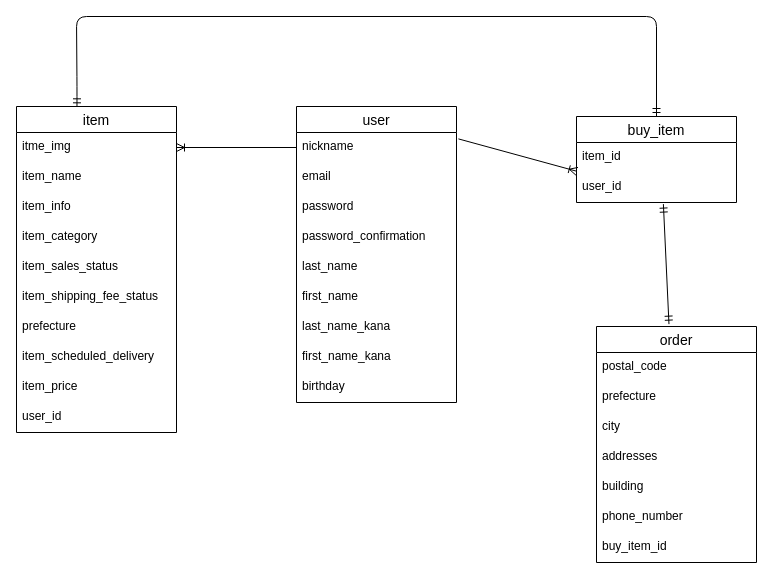
Earlier version of the draw.io diagram er.dio (D0lph1n25/furima-39574). Source tidied: cells renumbered, new cells numbered last; positions are measured from the earlier drawing's top-left corner, leaving out a move shared by most shapes. Both pictures are drawn from the tidied source at 100%, with x=0, y=0 at pixel (16, 16).
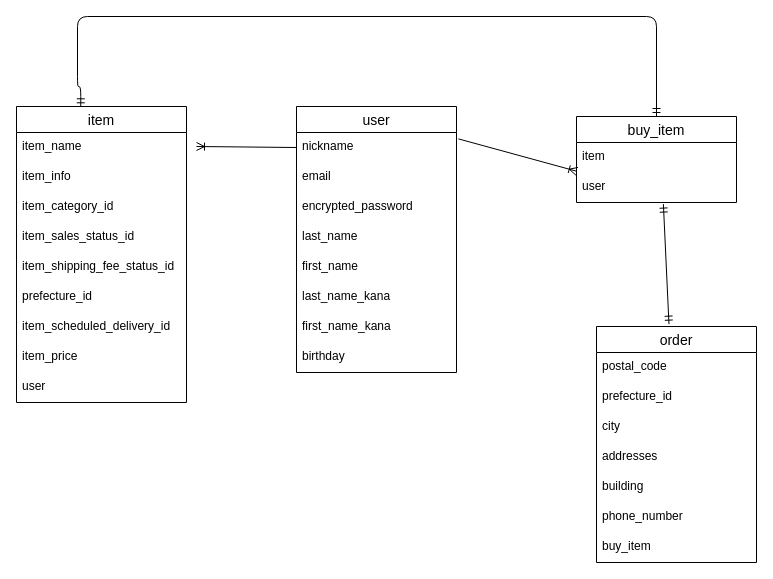
Above is the later version.

Unchanged cells that the change refers to:
```xml
<mxCell id="14" value="nickname" style="text;strokeColor=none;fillColor=none;spacingLeft=4;spacingRight=4;overflow=hidden;points=[[0,0.5],[1,0.5]];portConstraint=eastwest;fontSize=12;" parent="13" vertex="1">
  <mxGeometry y="26" width="160" height="30" as="geometry" />
</mxCell>
<mxCell id="23" value="order" style="swimlane;fontStyle=0;horizontal=1;startSize=26;align=center;fontSize=14;" parent="1" vertex="1">
  <mxGeometry x="580" y="310" width="160" height="236" as="geometry" />
</mxCell>
<mxCell id="32" value="buy_item" style="swimlane;fontStyle=0;horizontal=1;startSize=26;align=center;fontSize=14;" parent="1" vertex="1">
  <mxGeometry x="560" y="100" width="160" height="86" as="geometry" />
</mxCell>
```

Diff of the diagram source:
```diff
@@
     <mxCell id="2" value="item" style="swimlane;fontStyle=0;horizontal=1;startSize=26;align=center;fontSize=14;" parent="1" vertex="1">
-      <mxGeometry y="90" width="160" height="326" as="geometry" />
+      <mxGeometry y="90" width="170" height="296" as="geometry" />
     </mxCell>
-    <mxCell id="3" value="itme_img" style="text;strokeColor=none;fillColor=none;spacingLeft=4;spacingRight=4;overflow=hidden;points=[[0,0.5],[1,0.5]];portConstraint=eastwest;fontSize=12;" parent="2" vertex="1">
-      <mxGeometry y="26" width="160" height="30" as="geometry" />
-    </mxCell>
     <mxCell id="4" value="item_name" style="text;strokeColor=none;fillColor=none;spacingLeft=4;spacingRight=4;overflow=hidden;fontSize=12;" parent="2" vertex="1">
-      <mxGeometry y="56" width="160" height="30" as="geometry" />
+      <mxGeometry y="26" width="170" height="30" as="geometry" />
     </mxCell>
     <mxCell id="5" value="item_info" style="text;strokeColor=none;fillColor=none;spacingLeft=4;spacingRight=4;overflow=hidden;fontSize=12;" parent="2" vertex="1">
-      <mxGeometry y="86" width="160" height="30" as="geometry" />
+      <mxGeometry y="56" width="170" height="30" as="geometry" />
     </mxCell>
-    <mxCell id="6" value="item_category" style="text;strokeColor=none;fillColor=none;spacingLeft=4;spacingRight=4;overflow=hidden;fontSize=12;" parent="2" vertex="1">
-      <mxGeometry y="116" width="160" height="30" as="geometry" />
+    <mxCell id="6" value="item_category_id" style="text;strokeColor=none;fillColor=none;spacingLeft=4;spacingRight=4;overflow=hidden;fontSize=12;" parent="2" vertex="1">
+      <mxGeometry y="86" width="170" height="30" as="geometry" />
     </mxCell>
-    <mxCell id="7" value="item_sales_status" style="text;strokeColor=none;fillColor=none;spacingLeft=4;spacingRight=4;overflow=hidden;fontSize=12;" parent="2" vertex="1">
-      <mxGeometry y="146" width="160" height="30" as="geometry" />
+    <mxCell id="7" value="item_sales_status_id" style="text;strokeColor=none;fillColor=none;spacingLeft=4;spacingRight=4;overflow=hidden;fontSize=12;" parent="2" vertex="1">
+      <mxGeometry y="116" width="170" height="30" as="geometry" />
     </mxCell>
-    <mxCell id="8" value="item_shipping_fee_status" style="text;strokeColor=none;fillColor=none;spacingLeft=4;spacingRight=4;overflow=hidden;fontSize=12;" parent="2" vertex="1">
-      <mxGeometry y="176" width="160" height="30" as="geometry" />
+    <mxCell id="8" value="item_shipping_fee_status_id" style="text;strokeColor=none;fillColor=none;spacingLeft=4;spacingRight=4;overflow=hidden;fontSize=12;" parent="2" vertex="1">
+      <mxGeometry y="146" width="170" height="30" as="geometry" />
     </mxCell>
-    <mxCell id="9" value="prefecture" style="text;strokeColor=none;fillColor=none;spacingLeft=4;spacingRight=4;overflow=hidden;fontSize=12;" parent="2" vertex="1">
-      <mxGeometry y="206" width="160" height="30" as="geometry" />
+    <mxCell id="9" value="prefecture_id" style="text;strokeColor=none;fillColor=none;spacingLeft=4;spacingRight=4;overflow=hidden;fontSize=12;" parent="2" vertex="1">
+      <mxGeometry y="176" width="170" height="30" as="geometry" />
     </mxCell>
-    <mxCell id="10" value="item_scheduled_delivery" style="text;strokeColor=none;fillColor=none;spacingLeft=4;spacingRight=4;overflow=hidden;fontSize=12;" parent="2" vertex="1">
-      <mxGeometry y="236" width="160" height="30" as="geometry" />
+    <mxCell id="10" value="item_scheduled_delivery_id" style="text;strokeColor=none;fillColor=none;spacingLeft=4;spacingRight=4;overflow=hidden;fontSize=12;" parent="2" vertex="1">
+      <mxGeometry y="206" width="170" height="30" as="geometry" />
     </mxCell>
     <mxCell id="11" value="item_price" style="text;strokeColor=none;fillColor=none;spacingLeft=4;spacingRight=4;overflow=hidden;fontSize=12;" parent="2" vertex="1">
-      <mxGeometry y="266" width="160" height="30" as="geometry" />
+      <mxGeometry y="236" width="170" height="30" as="geometry" />
     </mxCell>
-    <mxCell id="12" value="user_id" style="text;strokeColor=none;fillColor=none;spacingLeft=4;spacingRight=4;overflow=hidden;fontSize=12;" parent="2" vertex="1">
-      <mxGeometry y="296" width="160" height="30" as="geometry" />
+    <mxCell id="12" value="user" style="text;strokeColor=none;fillColor=none;spacingLeft=4;spacingRight=4;overflow=hidden;fontSize=12;" parent="2" vertex="1">
+      <mxGeometry y="266" width="170" height="30" as="geometry" />
     </mxCell>
     <mxCell id="13" value="user" style="swimlane;fontStyle=0;horizontal=1;startSize=26;align=center;fontSize=14;" parent="1" vertex="1">
-      <mxGeometry x="280" y="90" width="160" height="296" as="geometry" />
+      <mxGeometry x="280" y="90" width="160" height="266" as="geometry" />
     </mxCell>
@@
-    <mxCell id="16" value="password" style="text;strokeColor=none;fillColor=none;spacingLeft=4;spacingRight=4;overflow=hidden;fontSize=12;" parent="13" vertex="1">
-      <mxGeometry y="86" width="160" height="30" as="geometry" />
-    </mxCell>
-    <mxCell id="17" value="password_confirmation" style="text;strokeColor=none;fillColor=none;spacingLeft=4;spacingRight=4;overflow=hidden;fontSize=12;" parent="13" vertex="1">
-      <mxGeometry y="116" width="160" height="30" as="geometry" />
+    <mxCell id="17" value="encrypted_password" style="text;strokeColor=none;fillColor=none;spacingLeft=4;spacingRight=4;overflow=hidden;fontSize=12;" parent="13" vertex="1">
+      <mxGeometry y="86" width="160" height="30" as="geometry" />
     </mxCell>
     <mxCell id="18" value="last_name" style="text;strokeColor=none;fillColor=none;spacingLeft=4;spacingRight=4;overflow=hidden;fontSize=12;" parent="13" vertex="1">
-      <mxGeometry y="146" width="160" height="30" as="geometry" />
+      <mxGeometry y="116" width="160" height="30" as="geometry" />
     </mxCell>
     <mxCell id="19" value="first_name" style="text;strokeColor=none;fillColor=none;spacingLeft=4;spacingRight=4;overflow=hidden;fontSize=12;" parent="13" vertex="1">
-      <mxGeometry y="176" width="160" height="30" as="geometry" />
+      <mxGeometry y="146" width="160" height="30" as="geometry" />
     </mxCell>
     <mxCell id="20" value="last_name_kana" style="text;strokeColor=none;fillColor=none;spacingLeft=4;spacingRight=4;overflow=hidden;fontSize=12;" parent="13" vertex="1">
-      <mxGeometry y="206" width="160" height="30" as="geometry" />
+      <mxGeometry y="176" width="160" height="30" as="geometry" />
     </mxCell>
     <mxCell id="21" value="first_name_kana" style="text;strokeColor=none;fillColor=none;spacingLeft=4;spacingRight=4;overflow=hidden;fontSize=12;" parent="13" vertex="1">
-      <mxGeometry y="236" width="160" height="30" as="geometry" />
+      <mxGeometry y="206" width="160" height="30" as="geometry" />
     </mxCell>
     <mxCell id="22" value="birthday" style="text;strokeColor=none;fillColor=none;spacingLeft=4;spacingRight=4;overflow=hidden;fontSize=12;" parent="13" vertex="1">
-      <mxGeometry y="266" width="160" height="30" as="geometry" />
+      <mxGeometry y="236" width="160" height="30" as="geometry" />
     </mxCell>
@@
-    <mxCell id="25" value="prefecture" style="text;strokeColor=none;fillColor=none;spacingLeft=4;spacingRight=4;overflow=hidden;fontSize=12;" parent="23" vertex="1">
+    <mxCell id="25" value="prefecture_id" style="text;strokeColor=none;fillColor=none;spacingLeft=4;spacingRight=4;overflow=hidden;fontSize=12;" parent="23" vertex="1">
       <mxGeometry y="56" width="160" height="30" as="geometry" />
     </mxCell>
@@
-    <mxCell id="30" value="buy_item_id" style="text;strokeColor=none;fillColor=none;spacingLeft=4;spacingRight=4;overflow=hidden;fontSize=12;" parent="23" vertex="1">
+    <mxCell id="30" value="buy_item" style="text;strokeColor=none;fillColor=none;spacingLeft=4;spacingRight=4;overflow=hidden;fontSize=12;" parent="23" vertex="1">
       <mxGeometry y="206" width="160" height="30" as="geometry" />
     </mxCell>
-    <mxCell id="31" style="fontSize=12;html=1;endArrow=ERoneToMany;entryX=1;entryY=0.5;entryDx=0;entryDy=0;exitX=0;exitY=0.5;exitDx=0;exitDy=0;" parent="1" edge="1" source="14" target="3">
-      <mxGeometry relative="1" as="geometry" />
+    <mxCell id="31" style="fontSize=12;html=1;endArrow=ERoneToMany;exitX=0;exitY=0.5;exitDx=0;exitDy=0;" parent="1" edge="1" source="14">
+      <mxGeometry relative="1" as="geometry">
+        <mxPoint x="180" y="130" as="targetPoint" />
+      </mxGeometry>
     </mxCell>
@@
-    <mxCell id="33" value="item_id" style="text;strokeColor=none;fillColor=none;spacingLeft=4;spacingRight=4;overflow=hidden;fontSize=12;" parent="32" vertex="1">
+    <mxCell id="33" value="item" style="text;strokeColor=none;fillColor=none;spacingLeft=4;spacingRight=4;overflow=hidden;fontSize=12;" parent="32" vertex="1">
       <mxGeometry y="26" width="160" height="30" as="geometry" />
     </mxCell>
-    <mxCell id="34" value="user_id" style="text;strokeColor=none;fillColor=none;spacingLeft=4;spacingRight=4;overflow=hidden;points=[[0,0.5],[1,0.5]];portConstraint=eastwest;fontSize=12;" parent="32" vertex="1">
+    <mxCell id="34" value="user" style="text;strokeColor=none;fillColor=none;spacingLeft=4;spacingRight=4;overflow=hidden;points=[[0,0.5],[1,0.5]];portConstraint=eastwest;fontSize=12;" parent="32" vertex="1">
       <mxGeometry y="56" width="160" height="30" as="geometry" />
     </mxCell>
```
